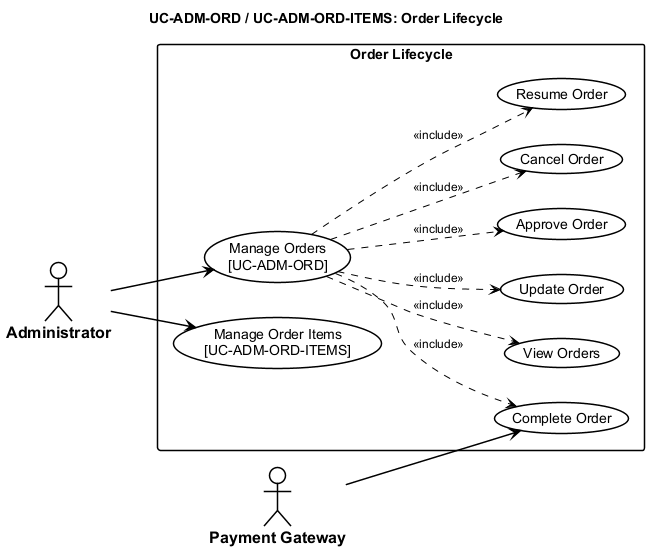
This is thesis/figures/chapters/part2/ch2-design/02-use-cases/diagrams/P2S2.2.2_usecase-order-lifecycle.png from qingfa-dev/ReSys.Shop, a PlantUML export, as it was before one commit.
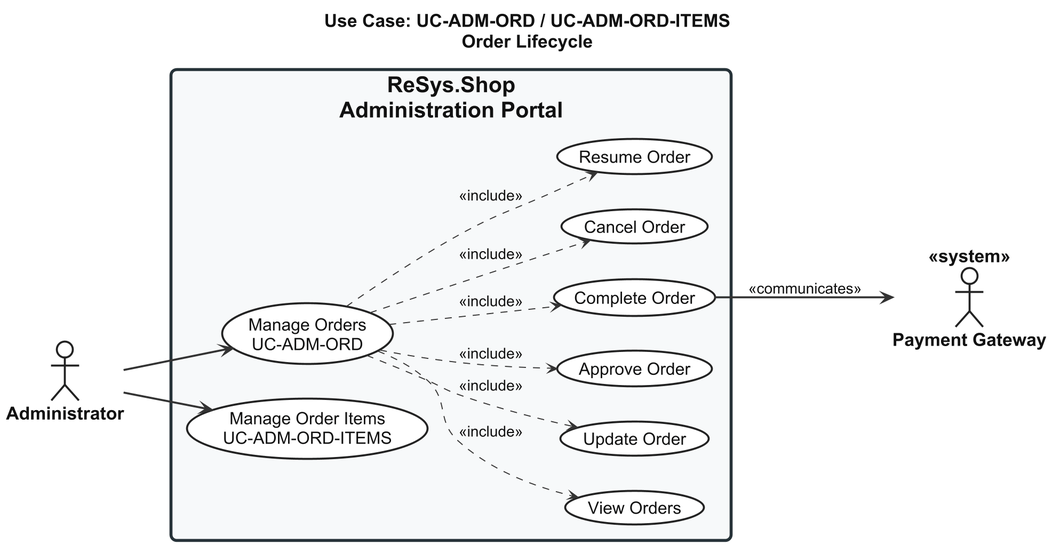
Later version of the same file.

Diff of the diagram source:
```diff
@@ -1,64 +1,91 @@
 @startuml usecase-order-lifecycle
+
 left to right direction
 
+skinparam shadowing false
+skinparam dpi 180
+
 <style>
-  root {
-    FontName "Arial"
-    FontSize 14
-    Shadowing 0
-  }
-  actor {
-    BackGroundColor #FFFFFF
-    LineColor #000000
-    LineThickness 1.5
-    FontColor #000000
-    FontStyle bold
-    FontSize 16
-  }
-  usecase {
-    BackGroundColor #FFFFFF
-    LineColor #000000
-    LineThickness 1.5
-    FontColor #000000
-  }
-  rectangle {
-    BackGroundColor #FFFFFF
-    LineColor #000000
-    LineThickness 1.5
-    FontStyle bold
-  }
-  arrow {
-    LineColor #000000
-    LineThickness 1.5
-    FontSize 12
-  }
+
+root {
+  FontName "Arial"
+  FontSize 18
+  FontColor #111111
+}
+
+actor {
+  FontName "Arial"
+  FontSize 18
+  FontStyle bold
+  FontColor #111111
+  BackgroundColor #FFFFFF
+  LineColor #222222
+  LineThickness 2
+}
+
+usecase {
+  FontName "Arial"
+  FontSize 17
+  FontColor #111111
+  FontStyle plain
+  BackgroundColor #FFFFFF
+  LineColor #222222
+  LineThickness 2
+  Padding 18
+}
+
+rectangle {
+  FontName "Arial"
+  FontSize 22
+  FontStyle bold
+  FontColor #111111
+  BackgroundColor #F7F9FA
+  LineColor #263238
+  LineThickness 3
+  RoundCorner 12
+  Padding 30
+}
+
+arrow {
+  FontName "Arial"
+  FontSize 15
+  FontColor #111111
+  LineColor #333333
+  LineThickness 2
+}
+
 </style>
-title UC-ADM-ORD / UC-ADM-ORD-ITEMS: Order Lifecycle
+
+title Use Case: UC-ADM-ORD / UC-ADM-ORD-ITEMS\nOrder Lifecycle
 
 actor "Administrator" as Admin
-actor "Payment Gateway" as GW
+actor "Payment Gateway" as Gateway <<system>>
 
-rectangle "Order Lifecycle" {
-  usecase "Manage Orders\n[UC-ADM-ORD]" as UC_MAIN
-  usecase "View Orders" as UC_SUB_1
-  usecase "Update Order" as UC_SUB_2
-  usecase "Approve Order" as UC_SUB_3
-  usecase "Complete Order" as UC_SUB_4
-  usecase "Cancel Order" as UC_SUB_5
-  usecase "Resume Order" as UC_SUB_6
+rectangle "ReSys.Shop\nAdministration Portal" {
 
-  usecase "Manage Order Items\n[UC-ADM-ORD-ITEMS]" as UC_ITEM
+  usecase "Manage Orders\nUC-ADM-ORD" as UC_MAIN
 
-  UC_MAIN ..> UC_SUB_1 : <<include>>
-  UC_MAIN ..> UC_SUB_2 : <<include>>
-  UC_MAIN ..> UC_SUB_3 : <<include>>
-  UC_MAIN ..> UC_SUB_4 : <<include>>
-  UC_MAIN ..> UC_SUB_5 : <<include>>
-  UC_MAIN ..> UC_SUB_6 : <<include>>
+  usecase "View Orders" as UC_VIEW
+  usecase "Update Order" as UC_UPDATE
+  usecase "Approve Order" as UC_APPROVE
+  usecase "Complete Order" as UC_COMPLETE
+  usecase "Cancel Order" as UC_CANCEL
+  usecase "Resume Order" as UC_RESUME
+
+  usecase "Manage Order Items\nUC-ADM-ORD-ITEMS" as UC_ITEMS
+
 }
 
 Admin --> UC_MAIN
-Admin --> UC_ITEM
-GW --> UC_SUB_4
+Admin --> UC_ITEMS
+
+UC_MAIN ..> UC_VIEW : <<include>>
+UC_MAIN ..> UC_UPDATE : <<include>>
+UC_MAIN ..> UC_APPROVE : <<include>>
+UC_MAIN ..> UC_COMPLETE : <<include>>
+UC_MAIN ..> UC_CANCEL : <<include>>
+UC_MAIN ..> UC_RESUME : <<include>>
+
+UC_COMPLETE --> Gateway : <<communicates>>
 
 @enduml
```
